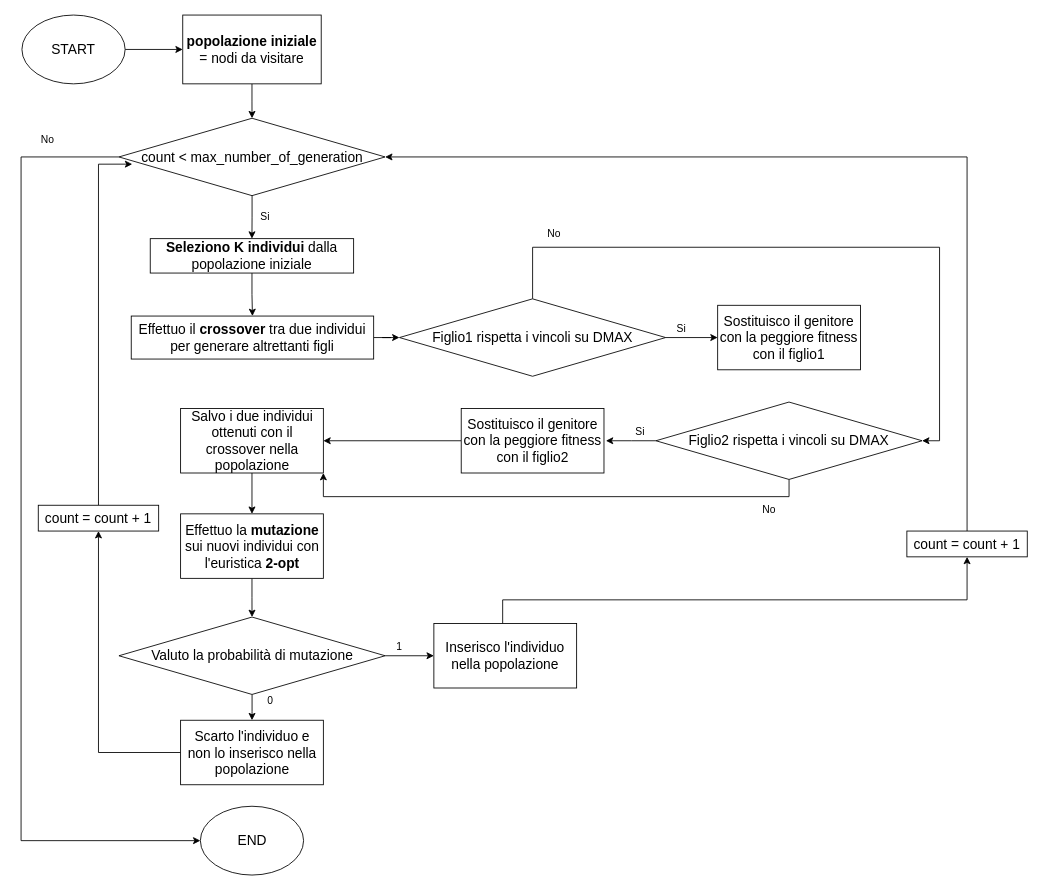
Above: Immagini_Jupyter/Flowchart_GeneticAlgorithm.drawio in giuseppericcio/Pompei-Ruins-Orienteering-Problem (draw.io), before the change. Source tidied: cells renumbered, new cells numbered last; positions are measured from the earlier drawing's top-left corner, leaving out a move shared by most shapes. Both pictures are drawn from the tidied source at 86%, with x=0, y=0 at pixel (21, 15).
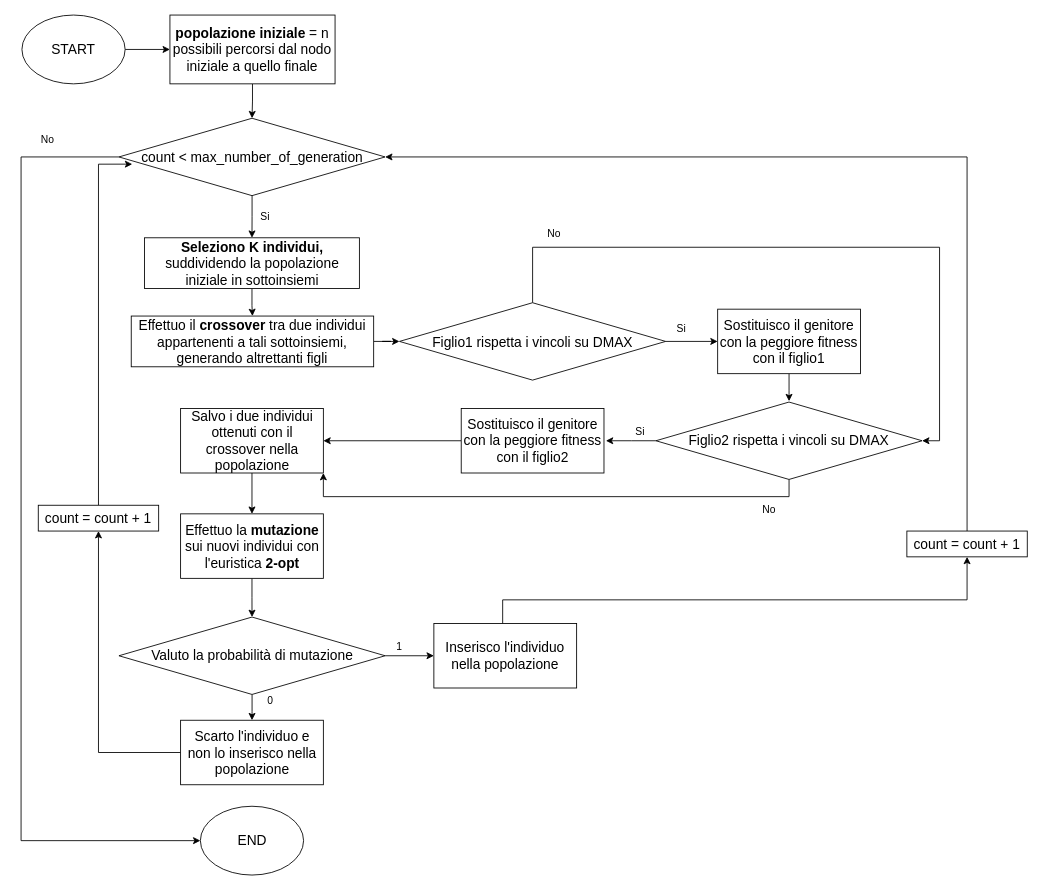
The same diagram, later.

What changed in the source:
```diff
@@
-    <mxCell id="5" value="&lt;b&gt;popolazione iniziale&lt;/b&gt; = nodi da visitare" style="rounded=0;fontSize=16;labelBackgroundColor=none;whiteSpace=wrap;html=1;" parent="1" vertex="1">
-      <mxGeometry x="188" width="161" height="80" as="geometry" />
+    <mxCell id="5" value="&lt;b&gt;popolazione iniziale&lt;/b&gt; = n possibili percorsi dal nodo iniziale a quello finale" style="rounded=0;fontSize=16;labelBackgroundColor=none;whiteSpace=wrap;html=1;" parent="1" vertex="1">
+      <mxGeometry x="173.1" width="192" height="80" as="geometry" />
     </mxCell>
@@
-    <mxCell id="8" value="Effettuo il &lt;b&gt;crossover &lt;/b&gt;tra due individui per generare altrettanti figli" style="rounded=0;fontSize=16;labelBackgroundColor=none;whiteSpace=wrap;html=1;" parent="1" vertex="1">
-      <mxGeometry x="128.1" y="350" width="281.9" height="50" as="geometry" />
+    <mxCell id="8" value="Effettuo il &lt;b&gt;crossover &lt;/b&gt;tra due individui appartenenti a tali sottoinsiemi, generando altrettanti figli" style="rounded=0;fontSize=16;labelBackgroundColor=none;whiteSpace=wrap;html=1;" parent="1" vertex="1">
+      <mxGeometry x="128.1" y="350" width="281.9" height="59" as="geometry" />
     </mxCell>
+    <mxCell id="46" style="edgeStyle=orthogonalEdgeStyle;rounded=0;jettySize=auto;html=1;" parent="1" edge="1" source="9">
+      <mxGeometry relative="1" as="geometry">
+        <mxPoint x="893" y="449" as="targetPoint" />
+      </mxGeometry>
+    </mxCell>
     <mxCell id="9" value="Sostituisco il genitore con la peggiore fitness con il figlio1" style="rounded=0;fontSize=16;labelBackgroundColor=none;whiteSpace=wrap;html=1;" parent="1" vertex="1">
-      <mxGeometry x="810" y="337.5" width="166" height="75" as="geometry" />
+      <mxGeometry x="810" y="342" width="166" height="75" as="geometry" />
     </mxCell>
@@
-    <mxCell id="14" value="&lt;b&gt;Seleziono K individui&lt;/b&gt; dalla popolazione iniziale" style="rounded=0;fontSize=16;labelBackgroundColor=none;whiteSpace=wrap;html=1;" parent="1" vertex="1">
-      <mxGeometry x="150.2" y="260" width="236.5" height="40" as="geometry" />
+    <mxCell id="14" value="&lt;b&gt;Seleziono K individui,&lt;/b&gt; suddividendo la&amp;nbsp;popolazione iniziale in sottoinsiemi" style="rounded=0;fontSize=16;labelBackgroundColor=none;whiteSpace=wrap;html=1;" parent="1" vertex="1">
+      <mxGeometry x="143.6" y="259" width="249.8" height="59" as="geometry" />
     </mxCell>
@@
     <mxCell id="17" value="Figlio1 rispetta i vincoli su DMAX" style="rhombus;fontSize=16;labelBackgroundColor=none;whiteSpace=wrap;html=1;" parent="1" vertex="1">
-      <mxGeometry x="440" y="330" width="309.5" height="90" as="geometry" />
+      <mxGeometry x="440" y="334.5" width="309.5" height="90" as="geometry" />
     </mxCell>
```
